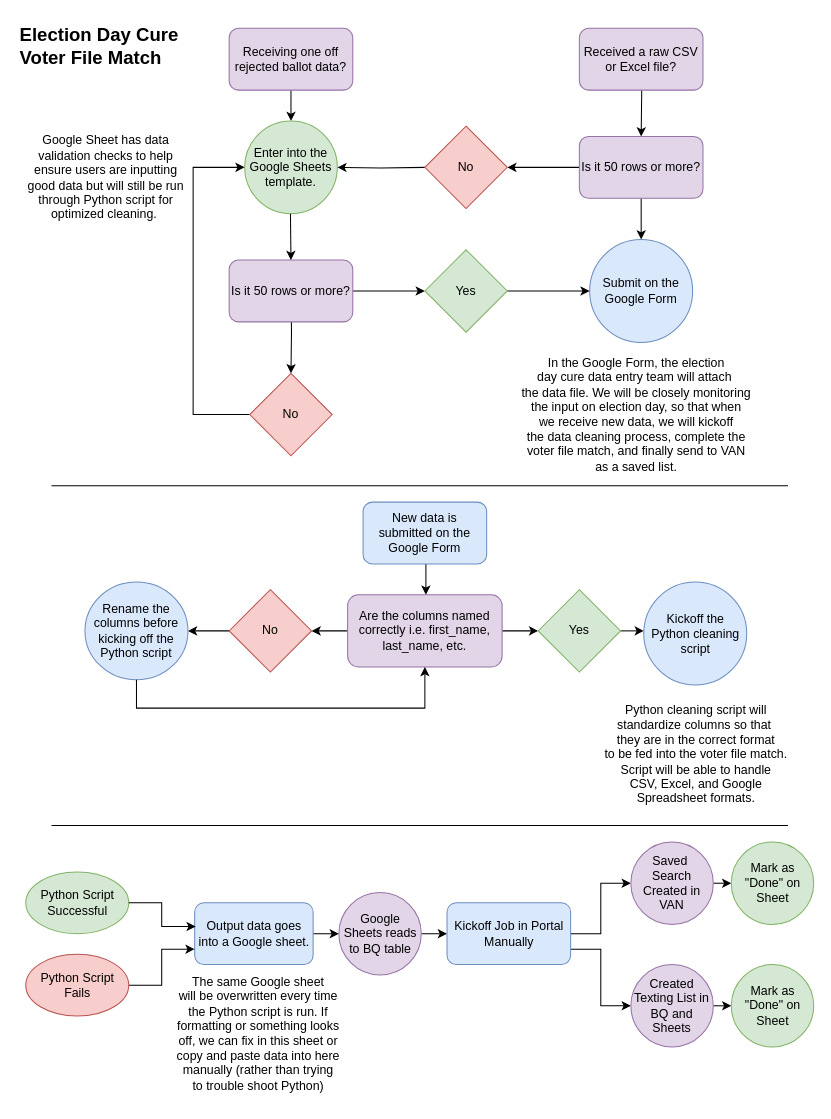
Above: Election Day Cure Voter File Match Data Flow.drawio in jaredbach/DataDiagrams (draw.io), before the change. Source tidied: cells renumbered, new cells numbered last; positions are measured from the earlier drawing's top-left corner, leaving out a move shared by most shapes. Both pictures are drawn from the tidied source at 103%, with x=0, y=0 at pixel (18, 18).
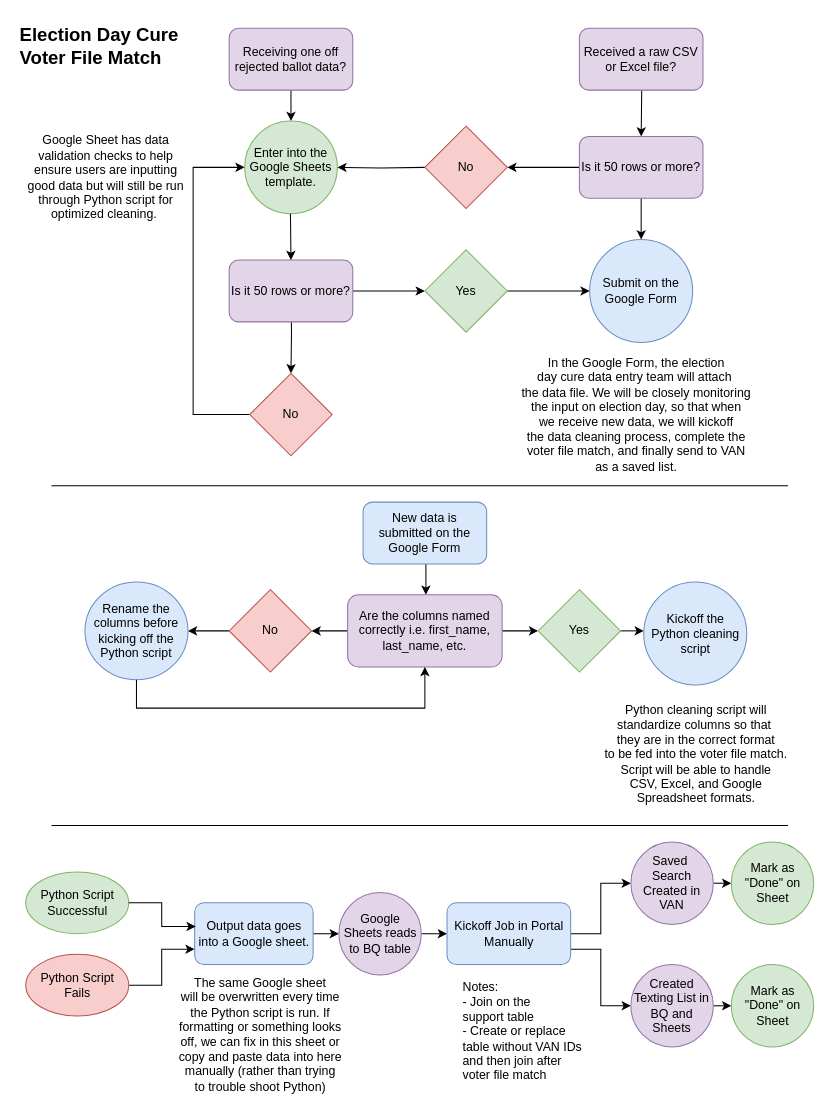
After the change.

Change to the diagram source:
```diff
@@
     <mxCell id="39" value="The same Google sheet&lt;div&gt;will be overwritten every time&lt;/div&gt;&lt;div&gt;the Python script is run. If&lt;/div&gt;&lt;div&gt;formatting or something looks&lt;/div&gt;&lt;div&gt;off, we can fix in this sheet or&lt;/div&gt;&lt;div&gt;copy&amp;nbsp;&lt;span style=&quot;background-color: initial;&quot;&gt;and paste data into here&lt;/span&gt;&lt;/div&gt;&lt;div&gt;&lt;span style=&quot;background-color: initial;&quot;&gt;manually&amp;nbsp;&lt;/span&gt;&lt;span style=&quot;background-color: initial;&quot;&gt;(rather than trying&lt;/span&gt;&lt;/div&gt;&lt;div&gt;&lt;span style=&quot;background-color: initial;&quot;&gt;to trouble&amp;nbsp;&lt;/span&gt;&lt;span style=&quot;background-color: initial;&quot;&gt;shoot Python)&lt;/span&gt;&lt;/div&gt;" style="text;html=1;align=center;verticalAlign=middle;strokeColor=none;fillColor=none;" parent="1" vertex="1">
-      <mxGeometry x="142.5" y="921" width="180" height="130" as="geometry" />
+      <mxGeometry x="145" y="922" width="180" height="130" as="geometry" />
     </mxCell>
@@
+    <mxCell id="57" value="&lt;div style=&quot;&quot;&gt;&lt;span style=&quot;background-color: initial;&quot;&gt;Notes:&lt;/span&gt;&lt;/div&gt;&lt;div style=&quot;&quot;&gt;&lt;span style=&quot;background-color: initial;&quot;&gt;- Join on the&amp;nbsp;&lt;/span&gt;&lt;/div&gt;&lt;div&gt;support&lt;span style=&quot;background-color: initial;&quot;&gt;&amp;nbsp;table&lt;/span&gt;&lt;/div&gt;&lt;div&gt;- Create or replace&lt;/div&gt;&lt;div&gt;table without VAN IDs&lt;/div&gt;&lt;div&gt;and then join after&lt;/div&gt;&lt;div&gt;voter file match&amp;nbsp;&lt;/div&gt;" style="text;html=1;align=left;verticalAlign=middle;strokeColor=none;fillColor=none;" parent="1" vertex="1">
+      <mxGeometry x="430" y="929" width="140" height="110" as="geometry" />
+    </mxCell>
```
